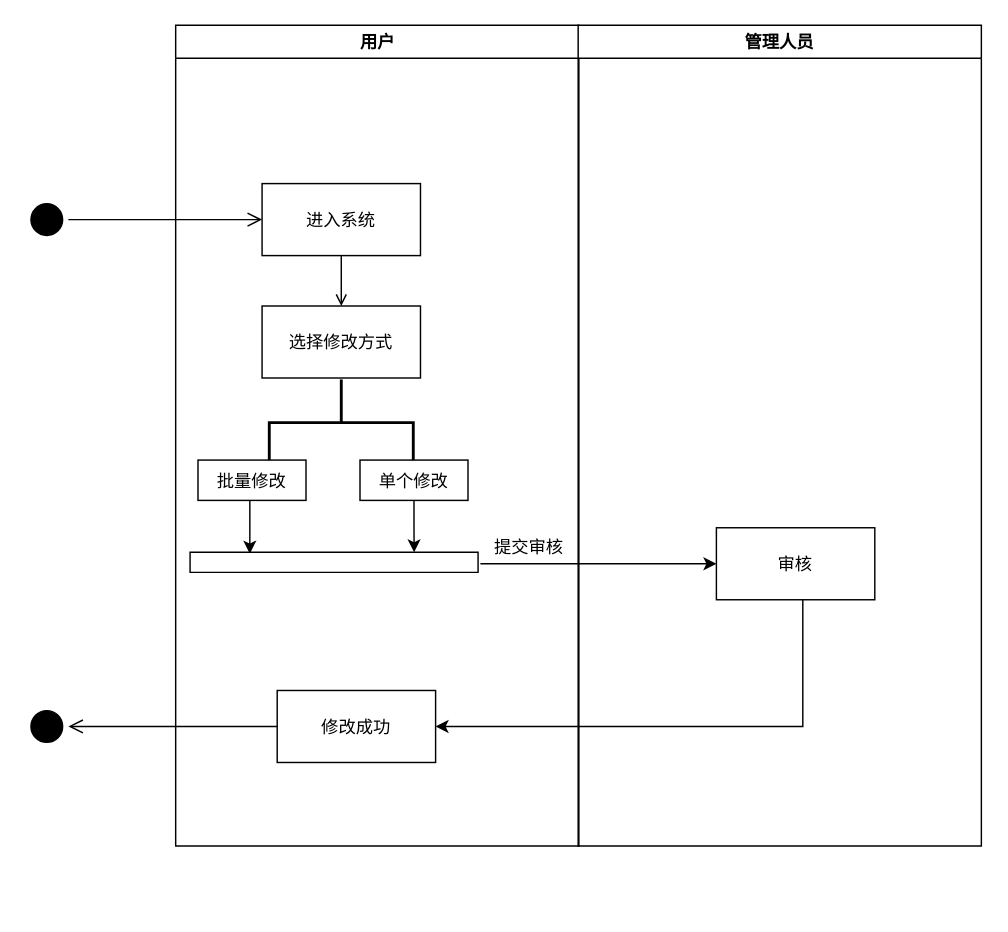
This is 成绩修改业务流程图.drawio from peiyusi/SportsGradeDraw.io, a draw.io file, before an edit. Source tidied: cells renumbered, new cells numbered last; positions are measured from the earlier drawing's top-left corner, leaving out a move shared by most shapes. Both pictures are drawn from the tidied source at 144%, with x=0, y=0 at pixel (24, 24).
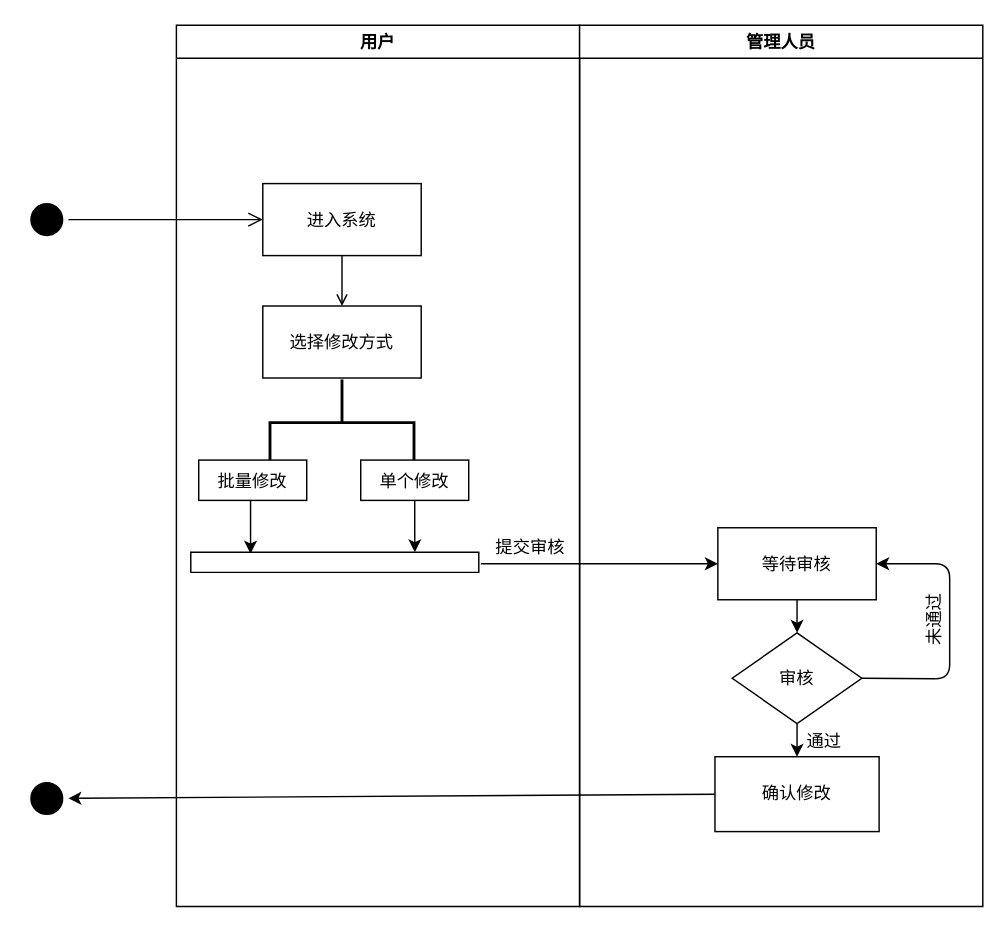
The same diagram, later.

Commit message (it also covers changes not shown here):
更新成绩修改业务流程图.drawio

The edit, as a diff of the source:
```diff
@@
     <mxCell id="2" value="用户" style="swimlane;whiteSpace=wrap;" parent="1" vertex="1">
-      <mxGeometry x="104.5" width="280" height="570" as="geometry" />
+      <mxGeometry x="105" width="280" height="612" as="geometry" />
     </mxCell>
@@
-    <mxCell id="6" value="修改成功" style="strokeColor=#000000;" parent="2" vertex="1">
-      <mxGeometry x="70.5" y="462" width="110" height="50" as="geometry" />
-    </mxCell>
@@
     <mxCell id="14" value="管理人员" style="swimlane;whiteSpace=wrap;" parent="1" vertex="1">
-      <mxGeometry x="384" width="280" height="570" as="geometry" />
+      <mxGeometry x="385" width="280" height="612" as="geometry" />
     </mxCell>
-    <mxCell id="15" value="审核" style="strokeColor=#000000;" parent="14" vertex="1">
+    <mxCell id="15" value="等待审核" style="strokeColor=#000000;" parent="14" vertex="1">
       <mxGeometry x="96" y="349" width="110" height="50" as="geometry" />
     </mxCell>
+    <mxCell id="22" value="审核" style="rhombus;whiteSpace=wrap;html=1;strokeColor=#000000;fillColor=none;" parent="14" vertex="1">
+      <mxGeometry x="106" y="422" width="90" height="63" as="geometry" />
+    </mxCell>
+    <mxCell id="23" value="确认修改" style="rounded=0;whiteSpace=wrap;html=1;strokeColor=#000000;fillColor=none;" parent="14" vertex="1">
+      <mxGeometry x="94" y="508" width="114" height="52" as="geometry" />
+    </mxCell>
+    <mxCell id="24" style="endArrow=classic;html=1;strokeColor=#000000;entryX=0.5;entryY=0;entryDx=0;entryDy=0;exitX=0.5;exitY=1;exitDx=0;exitDy=0;" parent="14" edge="1" source="22" target="23">
+      <mxGeometry relative="1" as="geometry" />
+    </mxCell>
+    <mxCell id="25" style="endArrow=classic;html=1;strokeColor=#000000;exitX=1;exitY=0.5;exitDx=0;exitDy=0;entryX=1;entryY=0.5;entryDx=0;entryDy=0;" parent="14" edge="1" source="22" target="15">
+      <mxGeometry relative="1" as="geometry">
+        <Array as="points">
+          <mxPoint x="257" y="454" />
+          <mxPoint x="257" y="374" />
+        </Array>
+      </mxGeometry>
+    </mxCell>
+    <mxCell id="26" style="endArrow=classic;html=1;strokeColor=#000000;exitX=0.5;exitY=1;exitDx=0;exitDy=0;entryX=0.5;entryY=0;entryDx=0;entryDy=0;" parent="14" edge="1" source="15" target="22">
+      <mxGeometry relative="1" as="geometry" />
+    </mxCell>
+    <mxCell id="27" value="未通过" style="text;html=1;align=left;verticalAlign=bottom;spacingTop=-4;direction=east;horizontal=0;" parent="14" vertex="1">
+      <mxGeometry x="206" y="413" width="50" height="20" as="geometry" />
+    </mxCell>
@@
     <mxCell id="18" style="ellipse;shape=startState;fillColor=#000000;strokeColor=#000000;" parent="1" vertex="1">
-      <mxGeometry y="472" width="30" height="30" as="geometry" />
+      <mxGeometry y="522" width="30" height="30" as="geometry" />
     </mxCell>
-    <mxCell id="19" style="edgeStyle=elbowEdgeStyle;elbow=horizontal;verticalAlign=bottom;endArrow=open;endSize=8;strokeColor=#000000;endFill=1;rounded=0;exitX=0;exitY=0.5;exitDx=0;exitDy=0;" parent="1" edge="1" source="6" target="18">
-      <mxGeometry x="274.5" y="178" as="geometry" />
-    </mxCell>
@@
-    <mxCell id="21" style="edgeStyle=orthogonalEdgeStyle;rounded=0;jettySize=auto;html=1;strokeColor=#000000;entryX=1;entryY=0.5;entryDx=0;entryDy=0;" parent="1" edge="1" source="15" target="6">
-      <mxGeometry relative="1" as="geometry">
-        <Array as="points">
-          <mxPoint x="540" y="487" />
-        </Array>
-      </mxGeometry>
-    </mxCell>
+    <mxCell id="28" style="endArrow=classic;html=1;strokeColor=#000000;exitX=0;exitY=0.5;exitDx=0;exitDy=0;" parent="1" edge="1" source="23" target="18">
+      <mxGeometry relative="1" as="geometry" />
+    </mxCell>
+    <mxCell id="29" value="通过" style="text;html=1;align=left;verticalAlign=top;spacingTop=-4;" parent="1" vertex="1">
+      <mxGeometry x="541" y="488" width="40" height="20" as="geometry" />
+    </mxCell>
```
